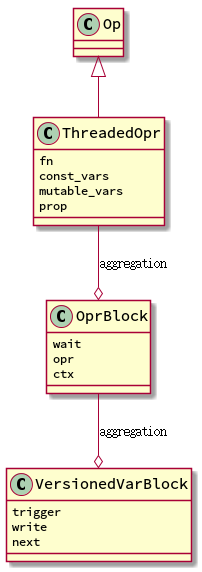
Before: notes/static/img/opr-class-uml.png, a diagram exported from PlantUML (yuyang0/bak.yuyang0.github.io).
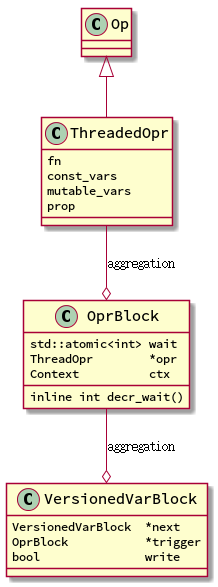
After the change.

Change to the diagram source:
```diff
@@ -13,11 +13,13 @@
 ThreadedOpr : mutable_vars
 ThreadedOpr : prop
 
-OprBlock : wait
-OprBlock : opr
-OprBlock : ctx
+OprBlock : std::atomic<int> wait
+OprBlock : ThreadOpr        *opr
+OprBlock : Context          ctx
 
-VersionedVarBlock : trigger
-VersionedVarBlock : write
-VersionedVarBlock : next
+OprBlock : inline int decr_wait()
+
+VersionedVarBlock : VersionedVarBlock  *next
+VersionedVarBlock : OprBlock           *trigger
+VersionedVarBlock : bool               write
 @enduml
```
